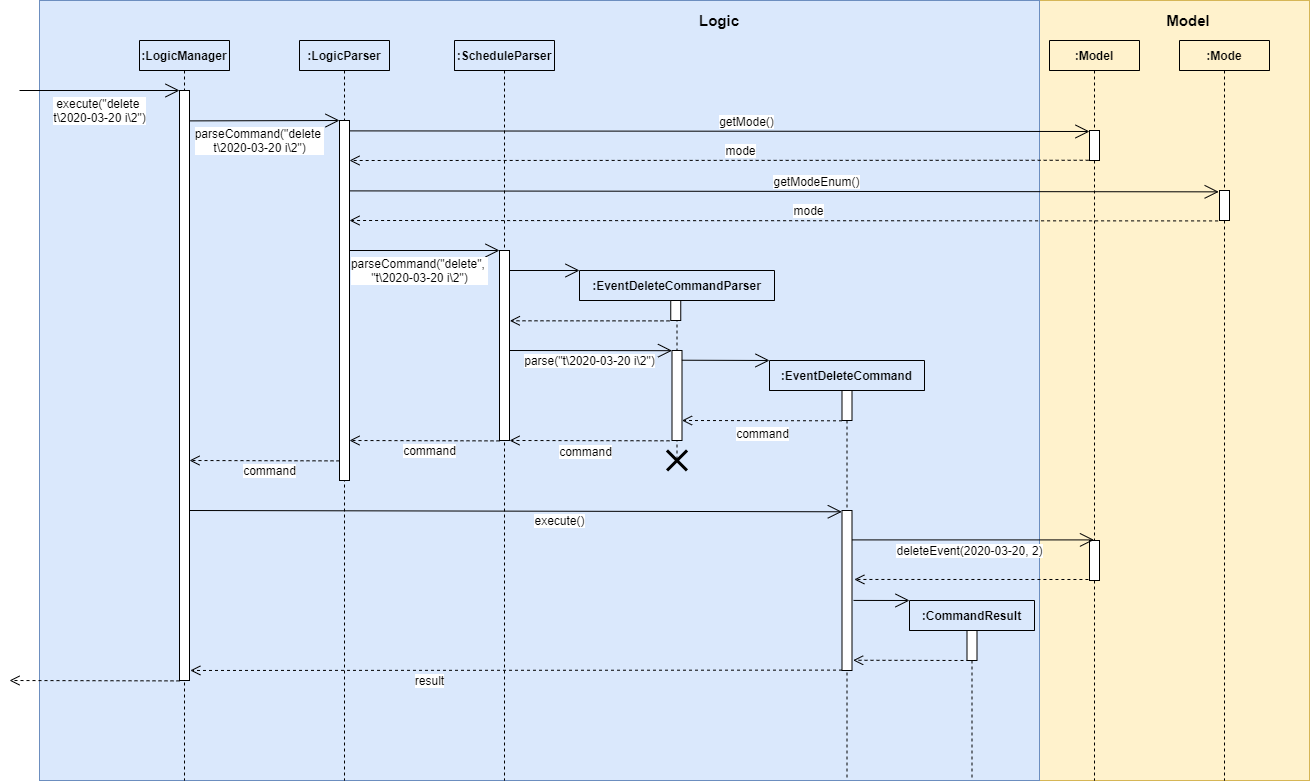
Earlier version of the draw.io export images/EventDeleteSeqDiagram.png (AY1920S2-CS2103T-F10-3/main). Source tidied: cells renumbered, new cells last; positions are measured from the earlier drawing's top-left corner, leaving out a move shared by most shapes. The source it was exported from:
```xml
<mxGraphModel>
  <root>
    <mxCell id="0" />
    <mxCell id="1" parent="0" />
    <mxCell id="2" style="rounded=0;whiteSpace=wrap;html=1;fillColor=#fff2cc;strokeColor=#d6b656;" parent="1" vertex="1">
      <mxGeometry x="1030" width="270" height="780" as="geometry" />
    </mxCell>
    <mxCell id="3" style="rounded=0;whiteSpace=wrap;html=1;fillColor=#dae8fc;strokeColor=#6c8ebf;" parent="1" vertex="1">
      <mxGeometry x="30" width="1000" height="780" as="geometry" />
    </mxCell>
    <mxCell id="4" value=":EventDeleteCommandParser" style="swimlane;fontStyle=1;horizontal=1;startSize=30;fillColor=none;" parent="1" vertex="1">
      <mxGeometry x="570" y="270" width="195" height="30" as="geometry" />
    </mxCell>
    <mxCell id="5" value=":ScheduleParser" style="swimlane;fontStyle=1;horizontal=1;startSize=30;fillColor=none;" parent="1" vertex="1">
      <mxGeometry x="445" y="40" width="100" height="30" as="geometry" />
    </mxCell>
    <mxCell id="6" style="shape=umlLifeline;participant=umlEntity;perimeter=lifelinePerimeter;whiteSpace=wrap;html=1;verticalAlign=top;spacingTop=36;labelBackgroundColor=#ffffff;size=0;" parent="1" vertex="1">
      <mxGeometry x="927.5" y="630" width="70" height="150" as="geometry" />
    </mxCell>
    <mxCell id="7" style="shape=umlLifeline;participant=umlEntity;perimeter=lifelinePerimeter;whiteSpace=wrap;html=1;verticalAlign=top;spacingTop=36;labelBackgroundColor=#ffffff;size=0;" parent="1" vertex="1">
      <mxGeometry x="802.5" y="390" width="70" height="390" as="geometry" />
    </mxCell>
    <mxCell id="8" style="html=1;points=[];perimeter=orthogonalPerimeter;" parent="7" vertex="1">
      <mxGeometry x="30" y="120" width="10" height="160" as="geometry" />
    </mxCell>
    <mxCell id="9" style="shape=umlLifeline;participant=umlEntity;perimeter=lifelinePerimeter;whiteSpace=wrap;html=1;verticalAlign=top;spacingTop=36;labelBackgroundColor=#ffffff;size=0;" parent="1" vertex="1">
      <mxGeometry x="140" y="70" width="70" height="710" as="geometry" />
    </mxCell>
    <mxCell id="10" style="html=1;points=[];perimeter=orthogonalPerimeter;" parent="9" vertex="1">
      <mxGeometry x="30" y="20" width="10" height="590" as="geometry" />
    </mxCell>
    <mxCell id="11" value="&lt;font style=&quot;font-size: 12px&quot;&gt;execute(&quot;delete&amp;nbsp;&lt;br&gt;t\2020-03-20 i\2&quot;)&lt;/font&gt;" style="endArrow=open;endFill=1;endSize=12;html=1;" parent="1" edge="1">
      <mxGeometry y="-20" relative="1" as="geometry">
        <mxPoint x="10" y="90" as="sourcePoint" />
        <mxPoint x="170" y="90" as="targetPoint" />
      </mxGeometry>
    </mxCell>
    <mxCell id="12" value=":LogicManager" style="swimlane;fontStyle=1;horizontal=1;startSize=30;fillColor=none;" parent="1" vertex="1">
      <mxGeometry x="130" y="40" width="90" height="30" as="geometry" />
    </mxCell>
    <mxCell id="13" style="shape=umlLifeline;participant=umlEntity;perimeter=lifelinePerimeter;whiteSpace=wrap;html=1;verticalAlign=top;spacingTop=36;labelBackgroundColor=#ffffff;size=0;" parent="1" vertex="1">
      <mxGeometry x="300" y="70" width="70" height="710" as="geometry" />
    </mxCell>
    <mxCell id="14" style="html=1;perimeter=orthogonalPerimeter;" parent="13" vertex="1">
      <mxGeometry x="30" y="50" width="10" height="360" as="geometry" />
    </mxCell>
    <mxCell id="15" value=":LogicParser" style="swimlane;fontStyle=1;horizontal=1;startSize=30;fillColor=none;" parent="1" vertex="1">
      <mxGeometry x="290" y="40" width="90" height="30" as="geometry" />
    </mxCell>
    <mxCell id="16" value="&lt;font style=&quot;font-size: 12px&quot;&gt;parseCommand(&quot;delete &lt;br&gt;t\2020-03-20 i\2&quot;)&lt;/font&gt;" style="endArrow=open;endFill=1;endSize=12;html=1;exitX=1.088;exitY=0.101;exitDx=0;exitDy=0;exitPerimeter=0;" parent="1" edge="1">
      <mxGeometry x="-0.07" y="-20" relative="1" as="geometry">
        <mxPoint x="180.9" y="120.4" as="sourcePoint" />
        <mxPoint x="330" y="120" as="targetPoint" />
      </mxGeometry>
    </mxCell>
    <mxCell id="17" style="shape=umlLifeline;participant=umlEntity;perimeter=lifelinePerimeter;whiteSpace=wrap;html=1;verticalAlign=top;spacingTop=36;labelBackgroundColor=#ffffff;outlineConnect=0;size=0;" parent="1" vertex="1">
      <mxGeometry x="1050" y="70" width="70" height="710" as="geometry" />
    </mxCell>
    <mxCell id="18" style="html=1;points=[];perimeter=orthogonalPerimeter;" parent="17" vertex="1">
      <mxGeometry x="30" y="60" width="10" height="30" as="geometry" />
    </mxCell>
    <mxCell id="19" style="html=1;points=[];perimeter=orthogonalPerimeter;" parent="17" vertex="1">
      <mxGeometry x="30" y="470" width="10" height="40" as="geometry" />
    </mxCell>
    <mxCell id="20" value="&lt;font style=&quot;font-size: 12px&quot;&gt;getMode()&lt;/font&gt;" style="endArrow=open;endFill=1;endSize=12;html=1;exitX=1.088;exitY=0.101;exitDx=0;exitDy=0;exitPerimeter=0;" parent="1" edge="1">
      <mxGeometry x="0.07" y="10" relative="1" as="geometry">
        <mxPoint x="340" y="130.4" as="sourcePoint" />
        <mxPoint x="1080" y="131" as="targetPoint" />
      </mxGeometry>
    </mxCell>
    <mxCell id="21" value="&lt;font style=&quot;font-size: 12px&quot;&gt;mode&lt;/font&gt;" style="html=1;verticalAlign=bottom;endArrow=open;dashed=1;endSize=8;exitX=-0.082;exitY=0.992;exitDx=0;exitDy=0;exitPerimeter=0;" parent="1" edge="1" source="18">
      <mxGeometry x="-0.06" relative="1" as="geometry">
        <mxPoint x="340" y="160" as="targetPoint" />
      </mxGeometry>
    </mxCell>
    <mxCell id="22" value="&lt;font style=&quot;font-size: 12px&quot;&gt;getModeEnum()&lt;/font&gt;" style="endArrow=open;endFill=1;endSize=12;html=1;exitX=1.088;exitY=0.101;exitDx=0;exitDy=0;exitPerimeter=0;entryX=-0.081;entryY=0.045;entryDx=0;entryDy=0;entryPerimeter=0;" parent="1" edge="1" target="25">
      <mxGeometry x="0.07" y="10" relative="1" as="geometry">
        <mxPoint x="340" y="190.4" as="sourcePoint" />
      </mxGeometry>
    </mxCell>
    <mxCell id="23" value="&lt;font style=&quot;font-size: 12px&quot;&gt;mode&lt;/font&gt;" style="html=1;verticalAlign=bottom;endArrow=open;dashed=1;endSize=8;exitX=-0.142;exitY=1.014;exitDx=0;exitDy=0;exitPerimeter=0;" parent="1" edge="1" source="25">
      <mxGeometry x="-0.06" relative="1" as="geometry">
        <mxPoint x="340" y="220" as="targetPoint" />
      </mxGeometry>
    </mxCell>
    <mxCell id="24" style="shape=umlLifeline;participant=umlEntity;perimeter=lifelinePerimeter;whiteSpace=wrap;html=1;verticalAlign=top;spacingTop=36;labelBackgroundColor=#ffffff;size=0;" parent="1" vertex="1">
      <mxGeometry x="1180" y="70" width="70" height="710" as="geometry" />
    </mxCell>
    <mxCell id="25" style="html=1;points=[];perimeter=orthogonalPerimeter;" parent="24" vertex="1">
      <mxGeometry x="30" y="120" width="10" height="30" as="geometry" />
    </mxCell>
    <mxCell id="26" style="shape=umlLifeline;participant=umlEntity;perimeter=lifelinePerimeter;whiteSpace=wrap;html=1;verticalAlign=top;spacingTop=36;labelBackgroundColor=#ffffff;size=0;" parent="1" vertex="1">
      <mxGeometry x="460" y="70" width="70" height="710" as="geometry" />
    </mxCell>
    <mxCell id="27" style="html=1;points=[];perimeter=orthogonalPerimeter;" parent="26" vertex="1">
      <mxGeometry x="30" y="180" width="10" height="190" as="geometry" />
    </mxCell>
    <mxCell id="28" value="&lt;font style=&quot;font-size: 12px&quot;&gt;parseCommand(&quot;delete&quot;, &lt;br&gt;&quot;t\2020-03-20 i\2&quot;)&lt;/font&gt;" style="endArrow=open;endFill=1;endSize=12;html=1;exitX=1.088;exitY=0.101;exitDx=0;exitDy=0;exitPerimeter=0;" parent="1" edge="1">
      <mxGeometry x="-0.07" y="-20" relative="1" as="geometry">
        <mxPoint x="340" y="250" as="sourcePoint" />
        <mxPoint x="490" y="250" as="targetPoint" />
      </mxGeometry>
    </mxCell>
    <mxCell id="29" value="&lt;font style=&quot;font-size: 12px&quot;&gt;command&lt;/font&gt;" style="html=1;verticalAlign=bottom;endArrow=open;dashed=1;endSize=8;" parent="1" edge="1">
      <mxGeometry x="-0.07" y="20" relative="1" as="geometry">
        <mxPoint x="490" y="440.4" as="sourcePoint" />
        <mxPoint x="340" y="440" as="targetPoint" />
      </mxGeometry>
    </mxCell>
    <mxCell id="30" style="shape=umlLifeline;participant=umlEntity;perimeter=lifelinePerimeter;whiteSpace=wrap;html=1;verticalAlign=top;spacingTop=36;labelBackgroundColor=#ffffff;size=0;" parent="1" vertex="1">
      <mxGeometry x="631.2" y="300" width="72.5" height="160" as="geometry" />
    </mxCell>
    <mxCell id="31" style="html=1;perimeter=orthogonalPerimeter;" parent="30" vertex="1">
      <mxGeometry x="30" width="10" height="20" as="geometry" />
    </mxCell>
    <mxCell id="32" style="html=1;points=[];perimeter=orthogonalPerimeter;" parent="30" vertex="1">
      <mxGeometry x="31.2" y="50" width="10" height="90" as="geometry" />
    </mxCell>
    <mxCell id="33" style="endArrow=open;endFill=1;endSize=12;html=1;" parent="1" edge="1">
      <mxGeometry x="0.07" y="10" relative="1" as="geometry">
        <mxPoint x="500" y="270" as="sourcePoint" />
        <mxPoint x="570" y="270" as="targetPoint" />
      </mxGeometry>
    </mxCell>
    <mxCell id="34" style="html=1;verticalAlign=bottom;endArrow=open;dashed=1;endSize=8;entryX=1.034;entryY=0.37;entryDx=0;entryDy=0;entryPerimeter=0;" parent="1" edge="1" target="27">
      <mxGeometry x="-0.06" relative="1" as="geometry">
        <mxPoint x="660" y="320.4" as="sourcePoint" />
      </mxGeometry>
    </mxCell>
    <mxCell id="35" value="&lt;font style=&quot;font-size: 12px&quot;&gt;parse(&quot;t\2020-03-20 i\2&quot;)&lt;/font&gt;" style="endArrow=open;endFill=1;endSize=12;html=1;entryX=0.002;entryY=0.002;entryDx=0;entryDy=0;entryPerimeter=0;" parent="1" edge="1" target="32">
      <mxGeometry x="-0.02" y="-10" relative="1" as="geometry">
        <mxPoint x="500" y="350" as="sourcePoint" />
      </mxGeometry>
    </mxCell>
    <mxCell id="36" style="html=1;perimeter=orthogonalPerimeter;" parent="1" vertex="1">
      <mxGeometry x="832.5" y="390" width="10" height="30" as="geometry" />
    </mxCell>
    <mxCell id="37" style="endArrow=open;endFill=1;endSize=12;html=1;exitX=0.991;exitY=0.108;exitDx=0;exitDy=0;exitPerimeter=0;entryX=0;entryY=0;entryDx=0;entryDy=0;" parent="1" edge="1" source="32" target="57">
      <mxGeometry x="0.07" y="10" relative="1" as="geometry" />
    </mxCell>
    <mxCell id="38" style="html=1;verticalAlign=bottom;endArrow=open;dashed=1;endSize=8;entryX=1;entryY=0.292;entryDx=0;entryDy=0;entryPerimeter=0;" parent="1" edge="1">
      <mxGeometry x="-0.06" relative="1" as="geometry">
        <mxPoint x="832.5" y="420.3" as="sourcePoint" />
        <mxPoint x="672.5" y="420" as="targetPoint" />
      </mxGeometry>
    </mxCell>
    <mxCell id="39" value="&lt;font style=&quot;font-size: 12px&quot;&gt;command&lt;/font&gt;" style="text;html=1;align=center;verticalAlign=middle;labelBackgroundColor=#ffffff;" parent="38" vertex="1">
      <mxGeometry x="0.14" y="-2" relative="1" as="geometry">
        <mxPoint x="11.2" y="13.9" as="offset" />
      </mxGeometry>
    </mxCell>
    <mxCell id="40" style="html=1;verticalAlign=bottom;endArrow=open;dashed=1;endSize=8;entryX=1;entryY=0.292;entryDx=0;entryDy=0;entryPerimeter=0;" parent="1" edge="1">
      <mxGeometry x="-0.06" relative="1" as="geometry">
        <mxPoint x="660" y="440.3" as="sourcePoint" />
        <mxPoint x="500" y="440" as="targetPoint" />
      </mxGeometry>
    </mxCell>
    <mxCell id="41" value="&lt;font style=&quot;font-size: 12px&quot;&gt;command&lt;/font&gt;" style="text;html=1;align=center;verticalAlign=middle;labelBackgroundColor=#ffffff;" parent="40" vertex="1">
      <mxGeometry x="0.14" y="-2" relative="1" as="geometry">
        <mxPoint x="6.7" y="11.9" as="offset" />
      </mxGeometry>
    </mxCell>
    <mxCell id="42" style="shape=umlDestroy;whiteSpace=wrap;html=1;strokeWidth=3;" parent="1" vertex="1">
      <mxGeometry x="657.5" y="450" width="20" height="20" as="geometry" />
    </mxCell>
    <mxCell id="43" value="&lt;font style=&quot;font-size: 12px&quot;&gt;command&lt;/font&gt;" style="html=1;verticalAlign=bottom;endArrow=open;dashed=1;endSize=8;" parent="1" edge="1">
      <mxGeometry x="-0.07" y="20" relative="1" as="geometry">
        <mxPoint x="330" y="460.4" as="sourcePoint" />
        <mxPoint x="180" y="460" as="targetPoint" />
      </mxGeometry>
    </mxCell>
    <mxCell id="44" value="&lt;font style=&quot;font-size: 12px&quot;&gt;execute()&lt;/font&gt;" style="endArrow=open;endFill=1;endSize=12;html=1;exitX=0.991;exitY=0.108;exitDx=0;exitDy=0;exitPerimeter=0;entryX=-0.018;entryY=0.008;entryDx=0;entryDy=0;entryPerimeter=0;" parent="1" edge="1" target="8">
      <mxGeometry x="0.13" y="-9" relative="1" as="geometry">
        <mxPoint x="180" y="510" as="sourcePoint" />
      </mxGeometry>
    </mxCell>
    <mxCell id="45" value="&lt;font style=&quot;font-size: 12px&quot;&gt;deleteEvent(2020-03-20, 2)&lt;/font&gt;" style="endArrow=open;endFill=1;endSize=12;html=1;exitX=0.991;exitY=0.108;exitDx=0;exitDy=0;exitPerimeter=0;" parent="1" edge="1" target="17">
      <mxGeometry x="-0.03" y="-11" relative="1" as="geometry">
        <mxPoint x="842.5" y="539.4" as="sourcePoint" />
      </mxGeometry>
    </mxCell>
    <mxCell id="46" style="html=1;verticalAlign=bottom;endArrow=open;dashed=1;endSize=8;entryX=1.233;entryY=0.431;entryDx=0;entryDy=0;entryPerimeter=0;exitX=-0.108;exitY=0.975;exitDx=0;exitDy=0;exitPerimeter=0;" parent="1" edge="1" source="19" target="8">
      <mxGeometry relative="1" as="geometry" />
    </mxCell>
    <mxCell id="47" style="html=1;perimeter=orthogonalPerimeter;" parent="1" vertex="1">
      <mxGeometry x="957.5" y="630" width="10" height="30" as="geometry" />
    </mxCell>
    <mxCell id="48" style="html=1;verticalAlign=bottom;endArrow=open;dashed=1;endSize=8;entryX=1.114;entryY=0.936;entryDx=0;entryDy=0;entryPerimeter=0;" parent="1" edge="1" target="8">
      <mxGeometry relative="1" as="geometry">
        <mxPoint x="960" y="660" as="sourcePoint" />
      </mxGeometry>
    </mxCell>
    <mxCell id="49" value="&lt;font style=&quot;font-size: 12px&quot;&gt;result&lt;/font&gt;" style="html=1;verticalAlign=bottom;endArrow=open;dashed=1;endSize=8;entryX=1.083;entryY=0.983;entryDx=0;entryDy=0;entryPerimeter=0;" parent="1" edge="1" target="10">
      <mxGeometry x="0.27" y="20" relative="1" as="geometry">
        <mxPoint x="832.5" y="669.6" as="sourcePoint" />
      </mxGeometry>
    </mxCell>
    <mxCell id="50" value=":Mode" style="swimlane;fontStyle=1;horizontal=1;startSize=30;fillColor=none;" parent="1" vertex="1">
      <mxGeometry x="1170" y="40" width="90" height="30" as="geometry" />
    </mxCell>
    <mxCell id="51" value=":Model" style="swimlane;fontStyle=1;horizontal=1;startSize=30;fillColor=none;" parent="1" vertex="1">
      <mxGeometry x="1040" y="40" width="90" height="30" as="geometry" />
    </mxCell>
    <mxCell id="52" style="endArrow=open;endFill=1;endSize=12;html=1;entryX=0;entryY=0;entryDx=0;entryDy=0;exitX=1.152;exitY=0.562;exitDx=0;exitDy=0;exitPerimeter=0;" parent="1" edge="1" source="8" target="53">
      <mxGeometry x="0.07" y="10" relative="1" as="geometry" />
    </mxCell>
    <mxCell id="53" value=":CommandResult" style="swimlane;fontStyle=1;horizontal=1;startSize=30;fillColor=none;" parent="1" vertex="1">
      <mxGeometry x="900" y="600" width="125" height="30" as="geometry" />
    </mxCell>
    <mxCell id="54" style="html=1;verticalAlign=bottom;endArrow=open;dashed=1;endSize=8;" parent="1" edge="1">
      <mxGeometry x="-0.18" relative="1" as="geometry">
        <mxPoint x="170" y="680.4" as="sourcePoint" />
        <mxPoint y="680" as="targetPoint" />
      </mxGeometry>
    </mxCell>
    <mxCell id="55" value="&lt;b&gt;&lt;font style=&quot;font-size: 15px&quot;&gt;Logic&lt;/font&gt;&lt;/b&gt;" style="text;html=1;strokeColor=none;fillColor=none;align=center;verticalAlign=middle;whiteSpace=wrap;rounded=0;" parent="1" vertex="1">
      <mxGeometry x="690" y="10" width="40" height="20" as="geometry" />
    </mxCell>
    <mxCell id="56" value="&lt;b&gt;&lt;font style=&quot;font-size: 15px&quot;&gt;Model&lt;/font&gt;&lt;/b&gt;" style="text;html=1;strokeColor=none;fillColor=none;align=center;verticalAlign=middle;whiteSpace=wrap;rounded=0;" parent="1" vertex="1">
      <mxGeometry x="1159" y="10" width="40" height="20" as="geometry" />
    </mxCell>
    <mxCell id="57" value=":EventDeleteCommand" style="swimlane;fontStyle=1;horizontal=1;startSize=30;fillColor=none;" parent="1" vertex="1">
      <mxGeometry x="760" y="360" width="155" height="30" as="geometry" />
    </mxCell>
  </root>
</mxGraphModel>
```
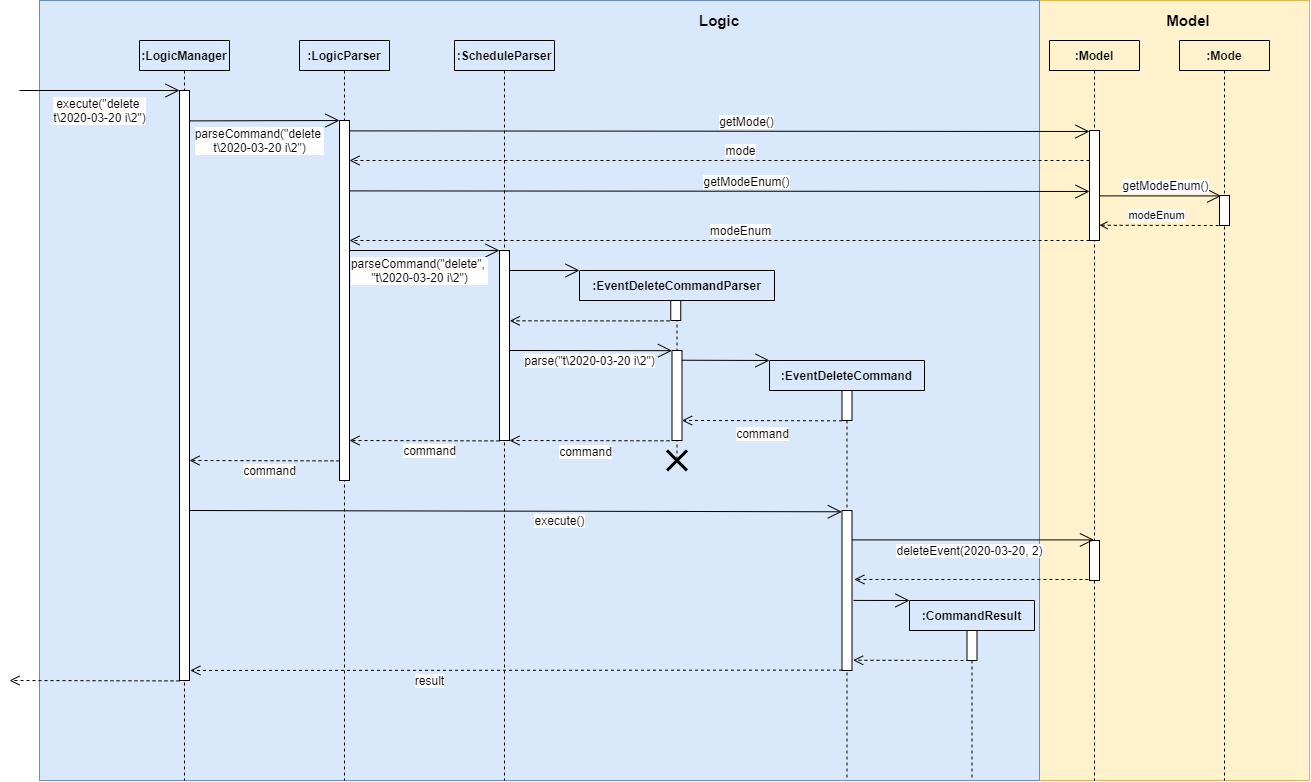
Above is the later version.

The edit, as a diff of the source:
```diff
@@ -57,7 +57,7 @@
       <mxGeometry x="1050" y="70" width="70" height="710" as="geometry" />
     </mxCell>
     <mxCell id="18" style="html=1;points=[];perimeter=orthogonalPerimeter;" parent="17" vertex="1">
-      <mxGeometry x="30" y="60" width="10" height="30" as="geometry" />
+      <mxGeometry x="30" y="60" width="10" height="110" as="geometry" />
     </mxCell>
     <mxCell id="19" style="html=1;points=[];perimeter=orthogonalPerimeter;" parent="17" vertex="1">
       <mxGeometry x="30" y="470" width="10" height="40" as="geometry" />
@@ -68,26 +68,29 @@
         <mxPoint x="1080" y="131" as="targetPoint" />
       </mxGeometry>
     </mxCell>
-    <mxCell id="21" value="&lt;font style=&quot;font-size: 12px&quot;&gt;mode&lt;/font&gt;" style="html=1;verticalAlign=bottom;endArrow=open;dashed=1;endSize=8;exitX=-0.082;exitY=0.992;exitDx=0;exitDy=0;exitPerimeter=0;" parent="1" edge="1" source="18">
+    <mxCell id="21" value="&lt;font style=&quot;font-size: 12px&quot;&gt;mode&lt;/font&gt;" style="html=1;verticalAlign=bottom;endArrow=open;dashed=1;endSize=8;" parent="1" edge="1">
       <mxGeometry x="-0.06" relative="1" as="geometry">
+        <mxPoint x="1080" y="160" as="sourcePoint" />
         <mxPoint x="340" y="160" as="targetPoint" />
       </mxGeometry>
     </mxCell>
-    <mxCell id="22" value="&lt;font style=&quot;font-size: 12px&quot;&gt;getModeEnum()&lt;/font&gt;" style="endArrow=open;endFill=1;endSize=12;html=1;exitX=1.088;exitY=0.101;exitDx=0;exitDy=0;exitPerimeter=0;entryX=-0.081;entryY=0.045;entryDx=0;entryDy=0;entryPerimeter=0;" parent="1" edge="1" target="25">
+    <mxCell id="22" value="&lt;font style=&quot;font-size: 12px&quot;&gt;getModeEnum()&lt;/font&gt;" style="endArrow=open;endFill=1;endSize=12;html=1;exitX=1.088;exitY=0.101;exitDx=0;exitDy=0;exitPerimeter=0;" parent="1" edge="1">
       <mxGeometry x="0.07" y="10" relative="1" as="geometry">
         <mxPoint x="340" y="190.4" as="sourcePoint" />
+        <mxPoint x="1080" y="191" as="targetPoint" />
       </mxGeometry>
     </mxCell>
-    <mxCell id="23" value="&lt;font style=&quot;font-size: 12px&quot;&gt;mode&lt;/font&gt;" style="html=1;verticalAlign=bottom;endArrow=open;dashed=1;endSize=8;exitX=-0.142;exitY=1.014;exitDx=0;exitDy=0;exitPerimeter=0;" parent="1" edge="1" source="25">
+    <mxCell id="23" value="&lt;font style=&quot;font-size: 12px&quot;&gt;modeEnum&lt;/font&gt;" style="html=1;verticalAlign=bottom;endArrow=open;dashed=1;endSize=8;" parent="1" edge="1">
       <mxGeometry x="-0.06" relative="1" as="geometry">
-        <mxPoint x="340" y="220" as="targetPoint" />
+        <mxPoint x="1080" y="240" as="sourcePoint" />
+        <mxPoint x="340" y="240" as="targetPoint" />
       </mxGeometry>
     </mxCell>
     <mxCell id="24" style="shape=umlLifeline;participant=umlEntity;perimeter=lifelinePerimeter;whiteSpace=wrap;html=1;verticalAlign=top;spacingTop=36;labelBackgroundColor=#ffffff;size=0;" parent="1" vertex="1">
       <mxGeometry x="1180" y="70" width="70" height="710" as="geometry" />
     </mxCell>
     <mxCell id="25" style="html=1;points=[];perimeter=orthogonalPerimeter;" parent="24" vertex="1">
-      <mxGeometry x="30" y="120" width="10" height="30" as="geometry" />
+      <mxGeometry x="30" y="125" width="10" height="30" as="geometry" />
     </mxCell>
     <mxCell id="26" style="shape=umlLifeline;participant=umlEntity;perimeter=lifelinePerimeter;whiteSpace=wrap;html=1;verticalAlign=top;spacingTop=36;labelBackgroundColor=#ffffff;size=0;" parent="1" vertex="1">
       <mxGeometry x="460" y="70" width="70" height="710" as="geometry" />
@@ -222,5 +225,17 @@
     <mxCell id="57" value=":EventDeleteCommand" style="swimlane;fontStyle=1;horizontal=1;startSize=30;fillColor=none;" parent="1" vertex="1">
       <mxGeometry x="760" y="360" width="155" height="30" as="geometry" />
     </mxCell>
+    <mxCell id="58" value="&lt;font style=&quot;font-size: 12px&quot;&gt;getModeEnum()&lt;/font&gt;" style="endArrow=open;endFill=1;endSize=12;html=1;entryX=0.161;entryY=0.014;entryDx=0;entryDy=0;entryPerimeter=0;" parent="1" edge="1">
+      <mxGeometry x="0.07" y="10" relative="1" as="geometry">
+        <mxPoint x="1090" y="195.4" as="sourcePoint" />
+        <mxPoint x="1211.6" y="195.4" as="targetPoint" />
+      </mxGeometry>
+    </mxCell>
+    <mxCell id="59" value="modeEnum" style="endArrow=none;dashed=1;html=1;exitX=0.997;exitY=0.816;exitDx=0;exitDy=0;exitPerimeter=0;startArrow=open;startFill=0;" parent="1" edge="1">
+      <mxGeometry x="-0.04" y="10" relative="1" as="geometry">
+        <mxPoint x="1090" y="224.8" as="sourcePoint" />
+        <mxPoint x="1210" y="225" as="targetPoint" />
+      </mxGeometry>
+    </mxCell>
   </root>
 </mxGraphModel>
```
